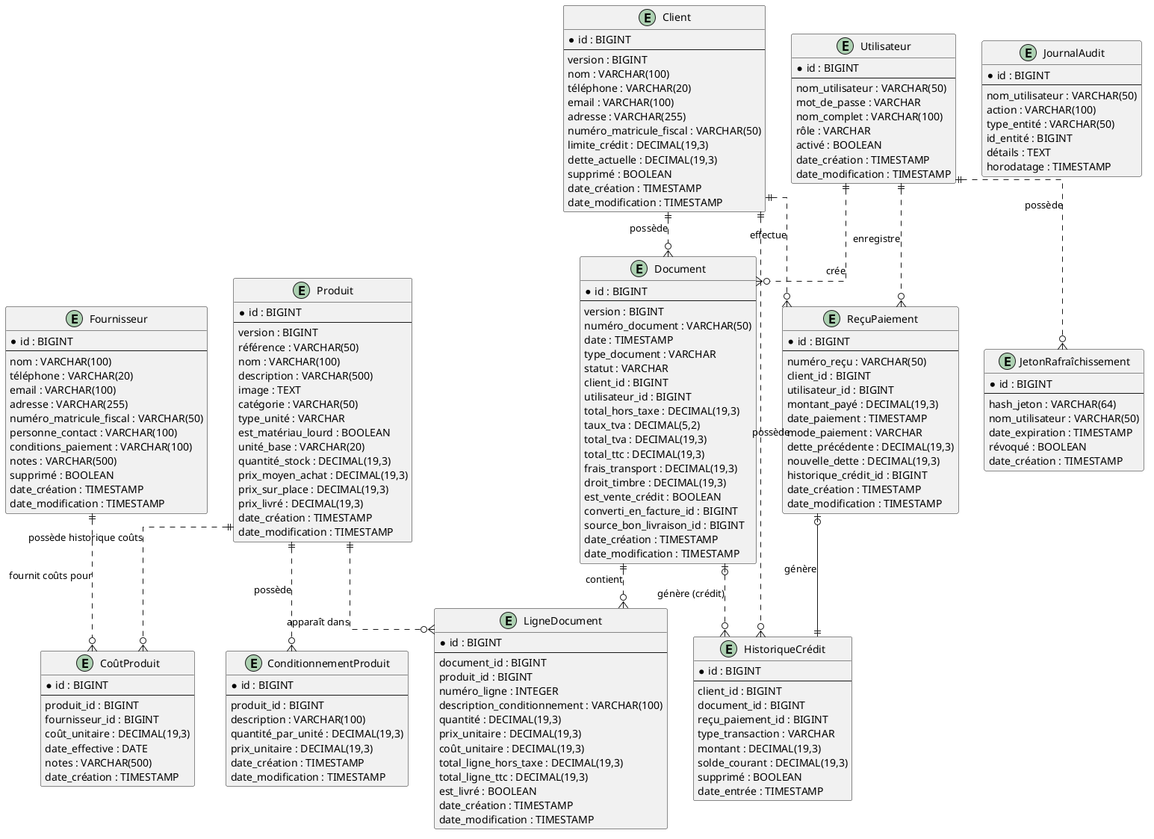
Above: docs/images/Relations-Entites-Magasin-Materiaux.png in mAmineChniti/hardware_store (PlantUML), before the change.
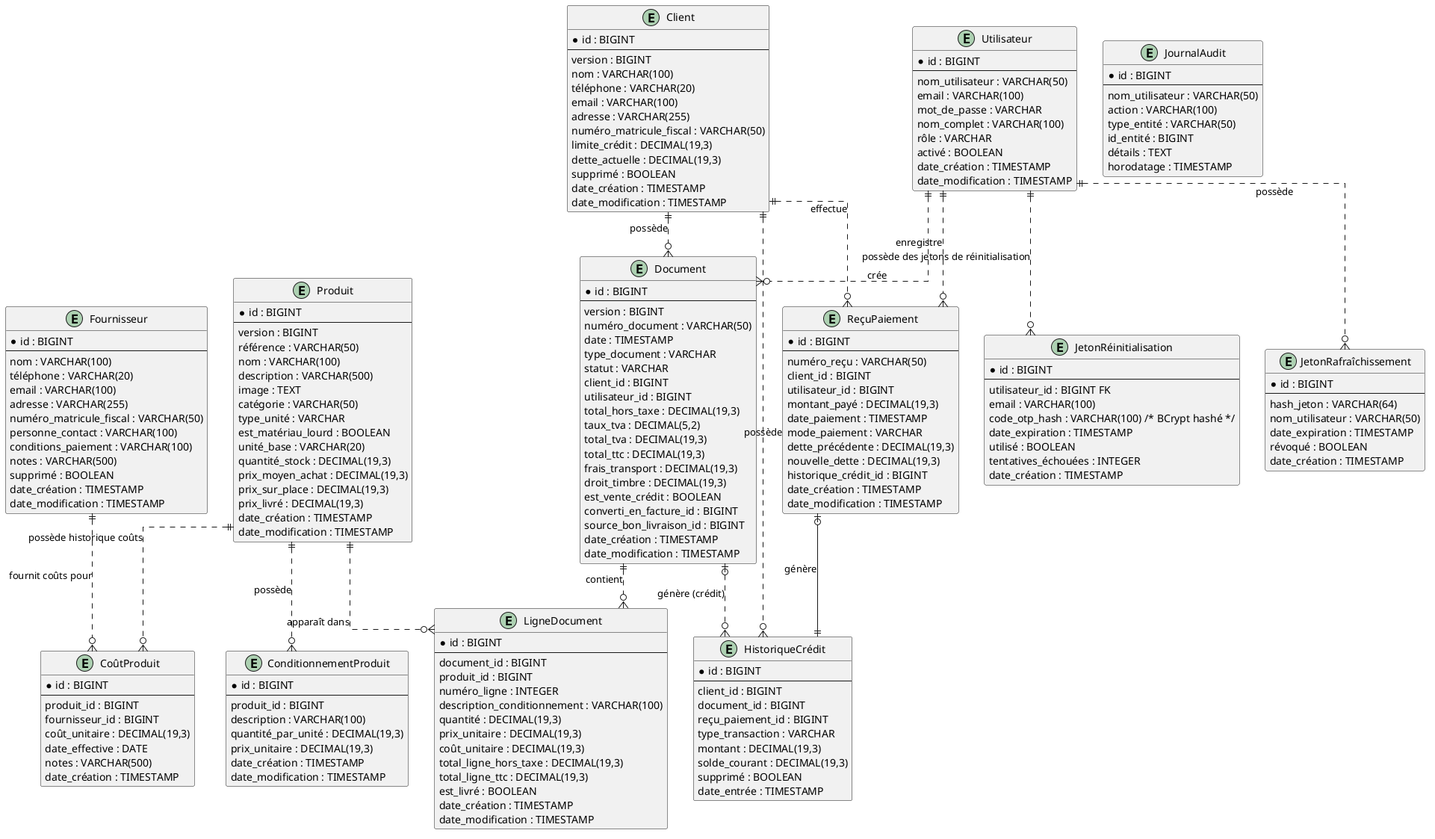
The same file after the commit.

Diff of the diagram source:
```diff
@@ -6,6 +6,7 @@
   *id : BIGINT
   --
   nom_utilisateur : VARCHAR(50)
+  email : VARCHAR(100)
   mot_de_passe : VARCHAR
   nom_complet : VARCHAR(100)
   rôle : VARCHAR
@@ -178,10 +179,23 @@
   date_création : TIMESTAMP
 }
 
+entity "JetonRéinitialisation" as jeton_réinitialisation {
+  *id : BIGINT
+  --
+  utilisateur_id : BIGINT FK
+  email : VARCHAR(100)
+  code_otp_hash : VARCHAR(100) /* BCrypt hashé */
+  date_expiration : TIMESTAMP
+  utilisé : BOOLEAN
+  tentatives_échouées : INTEGER
+  date_création : TIMESTAMP
+}
+
 
 utilisateur ||..o{ document : "crée"
 utilisateur ||..o{ reçu_paiement : "enregistre"
 utilisateur ||..o{ jeton_rafraîchissement : "possède"
+utilisateur ||..o{ jeton_réinitialisation : "possède des jetons de réinitialisation"
 
 client ||..o{ document : "possède"
 client ||..o{ reçu_paiement : "effectue"
```
